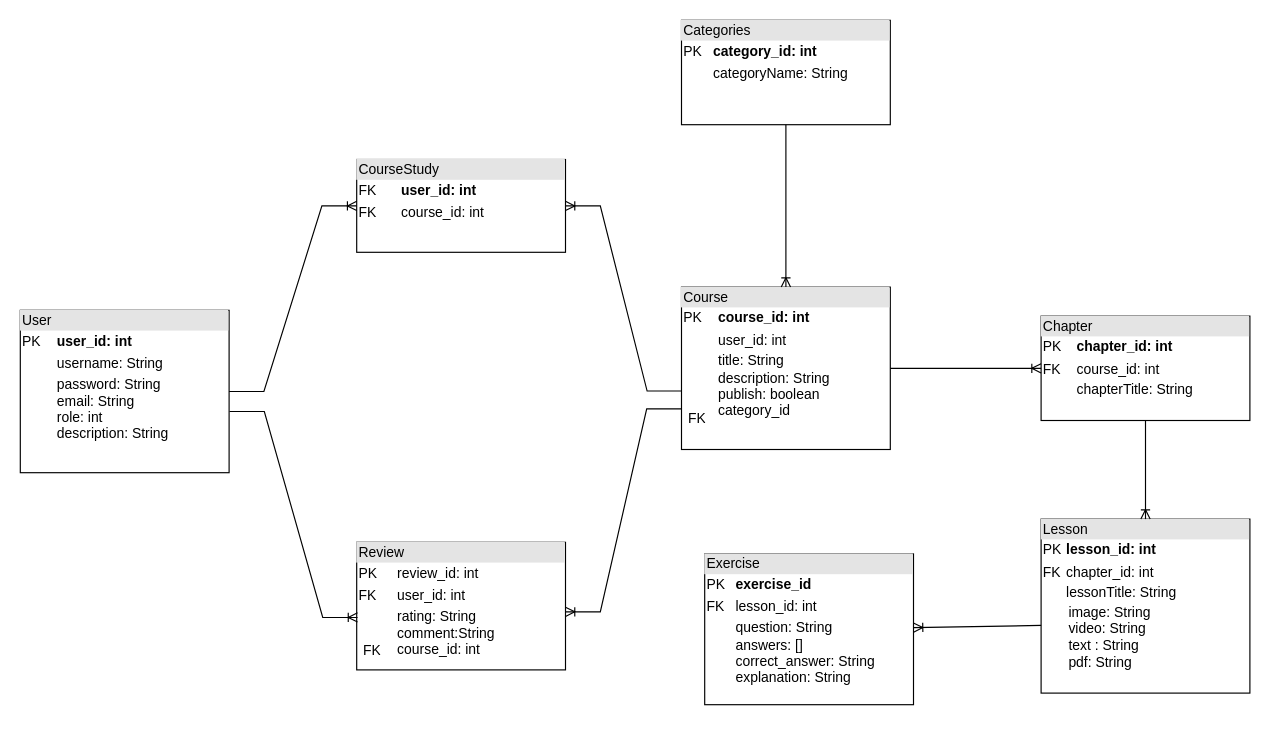
Above: DATN/database.drawio in Duong1311/WEB_HOC_TAP (draw.io), before the change. Source tidied: cells renumbered, new cells numbered last; positions are measured from the earlier drawing's top-left corner, leaving out a move shared by most shapes. Both pictures are drawn from the tidied source at 116%, with x=0, y=0 at pixel (20, 20).
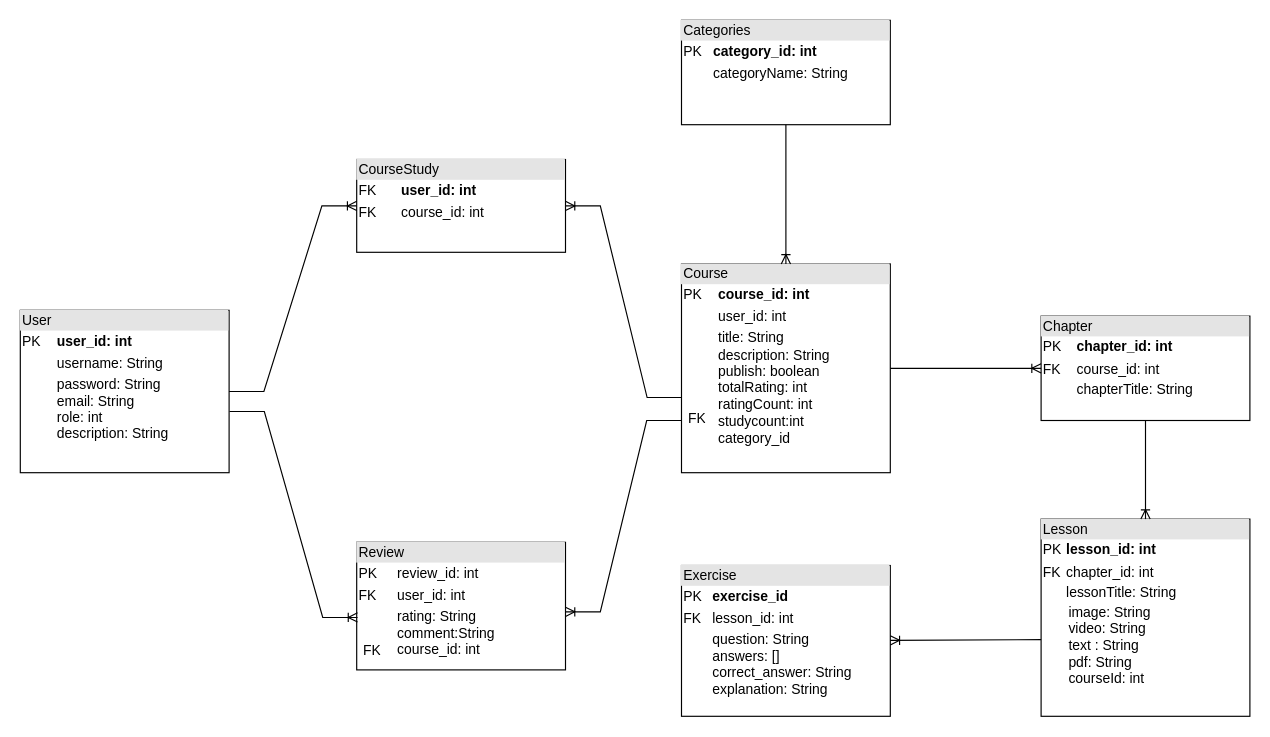
The same diagram, later.

Diff of the diagram source:
```diff
@@
 <mxGraphModel>
   <root>
     <mxCell id="0" />
     <mxCell id="1" parent="0" />
     <mxCell id="2" value="&lt;div style=&quot;box-sizing:border-box;width:100%;background:#e4e4e4;padding:2px;&quot;&gt;User&amp;nbsp;&lt;/div&gt;&lt;table style=&quot;width:100%;font-size:1em;&quot; cellpadding=&quot;2&quot; cellspacing=&quot;0&quot;&gt;&lt;tbody&gt;&lt;tr&gt;&lt;td&gt;PK&lt;/td&gt;&lt;td&gt;&lt;b&gt;user_id: int&lt;/b&gt;&lt;/td&gt;&lt;/tr&gt;&lt;tr&gt;&lt;td&gt;&lt;br&gt;&lt;/td&gt;&lt;td&gt;username: String&lt;br&gt;&lt;/td&gt;&lt;/tr&gt;&lt;tr&gt;&lt;td&gt;&lt;/td&gt;&lt;td&gt;&lt;span style=&quot;font-size: 12px;&quot;&gt;password: String&lt;br&gt;&lt;/span&gt;email: String&lt;br&gt;role: int&lt;br&gt;&lt;span style=&quot;font-size: 12px;&quot;&gt;description: String&lt;/span&gt;&lt;br&gt;&lt;/td&gt;&lt;/tr&gt;&lt;/tbody&gt;&lt;/table&gt;&lt;br&gt;&lt;div&gt;&lt;br&gt;&lt;/div&gt;" style="verticalAlign=top;align=left;overflow=fill;html=1;whiteSpace=wrap;" parent="1" vertex="1">
       <mxGeometry y="250" width="180" height="140" as="geometry" />
     </mxCell>
     <mxCell id="3" value="&lt;div style=&quot;box-sizing:border-box;width:100%;background:#e4e4e4;padding:2px;&quot;&gt;CourseStudy&lt;/div&gt;&lt;table style=&quot;width:100%;font-size:1em;&quot; cellpadding=&quot;2&quot; cellspacing=&quot;0&quot;&gt;&lt;tbody&gt;&lt;tr&gt;&lt;td&gt;FK&lt;/td&gt;&lt;td&gt;&lt;b&gt;user_id: int&lt;br&gt;&lt;/b&gt;&lt;/td&gt;&lt;/tr&gt;&lt;tr&gt;&lt;td&gt;FK&lt;/td&gt;&lt;td&gt;course_id: int&lt;/td&gt;&lt;/tr&gt;&lt;tr&gt;&lt;td&gt;&lt;/td&gt;&lt;td&gt;&lt;br&gt;&lt;/td&gt;&lt;/tr&gt;&lt;/tbody&gt;&lt;/table&gt;" style="verticalAlign=top;align=left;overflow=fill;html=1;whiteSpace=wrap;" parent="1" vertex="1">
       <mxGeometry x="290" y="120" width="180" height="80" as="geometry" />
     </mxCell>
-    <mxCell id="4" value="&lt;div style=&quot;box-sizing:border-box;width:100%;background:#e4e4e4;padding:2px;&quot;&gt;Course&lt;/div&gt;&lt;table style=&quot;width:100%;font-size:1em;&quot; cellpadding=&quot;2&quot; cellspacing=&quot;0&quot;&gt;&lt;tbody&gt;&lt;tr&gt;&lt;td&gt;PK&lt;/td&gt;&lt;td&gt;&lt;b&gt;course_id: int&lt;/b&gt;&lt;/td&gt;&lt;/tr&gt;&lt;tr&gt;&lt;td&gt;&lt;br&gt;&lt;/td&gt;&lt;td&gt;user_id: int&lt;br&gt;&lt;/td&gt;&lt;/tr&gt;&lt;tr&gt;&lt;td&gt;&lt;/td&gt;&lt;td&gt;title: String&lt;br&gt;description: String&lt;br&gt;publish: boolean&lt;br&gt;category_id&lt;/td&gt;&lt;/tr&gt;&lt;/tbody&gt;&lt;/table&gt;" style="verticalAlign=top;align=left;overflow=fill;html=1;whiteSpace=wrap;" parent="1" vertex="1">
-      <mxGeometry x="570" y="230" width="180" height="140" as="geometry" />
+    <mxCell id="4" value="&lt;div style=&quot;box-sizing:border-box;width:100%;background:#e4e4e4;padding:2px;&quot;&gt;Course&lt;/div&gt;&lt;table style=&quot;width:100%;font-size:1em;&quot; cellpadding=&quot;2&quot; cellspacing=&quot;0&quot;&gt;&lt;tbody&gt;&lt;tr&gt;&lt;td&gt;PK&lt;/td&gt;&lt;td&gt;&lt;b&gt;course_id: int&lt;/b&gt;&lt;/td&gt;&lt;/tr&gt;&lt;tr&gt;&lt;td&gt;&lt;br&gt;&lt;/td&gt;&lt;td&gt;user_id: int&lt;br&gt;&lt;/td&gt;&lt;/tr&gt;&lt;tr&gt;&lt;td&gt;&lt;/td&gt;&lt;td&gt;title: String&lt;br&gt;description: String&lt;br&gt;publish: boolean&lt;br&gt;totalRating: int&lt;br&gt;ratingCount: int&lt;br&gt;studycount:int&lt;br&gt;category_id&lt;/td&gt;&lt;/tr&gt;&lt;/tbody&gt;&lt;/table&gt;" style="verticalAlign=top;align=left;overflow=fill;html=1;whiteSpace=wrap;" parent="1" vertex="1">
+      <mxGeometry x="570" y="210" width="180" height="180" as="geometry" />
     </mxCell>
     <mxCell id="5" value="&lt;div style=&quot;box-sizing:border-box;width:100%;background:#e4e4e4;padding:2px;&quot;&gt;Review&lt;/div&gt;&lt;table style=&quot;width:100%;font-size:1em;&quot; cellpadding=&quot;2&quot; cellspacing=&quot;0&quot;&gt;&lt;tbody&gt;&lt;tr&gt;&lt;td&gt;PK&lt;/td&gt;&lt;td&gt;review_id: int&lt;br&gt;&lt;/td&gt;&lt;/tr&gt;&lt;tr&gt;&lt;td&gt;FK&lt;br&gt;&lt;/td&gt;&lt;td&gt;user_id: int&lt;/td&gt;&lt;/tr&gt;&lt;tr&gt;&lt;td&gt;&lt;br&gt;&lt;/td&gt;&lt;td&gt;rating: String&lt;br&gt;comment:String&lt;br&gt;course_id: int&lt;/td&gt;&lt;/tr&gt;&lt;/tbody&gt;&lt;/table&gt;" style="verticalAlign=top;align=left;overflow=fill;html=1;whiteSpace=wrap;" parent="1" vertex="1">
       <mxGeometry x="290" y="450" width="180" height="110" as="geometry" />
     </mxCell>
     <mxCell id="6" value="&lt;div style=&quot;box-sizing:border-box;width:100%;background:#e4e4e4;padding:2px;&quot;&gt;&lt;span style=&quot;font-size: 12px;&quot;&gt;Categories&lt;/span&gt;&lt;br&gt;&lt;/div&gt;&lt;table style=&quot;width:100%;font-size:1em;&quot; cellpadding=&quot;2&quot; cellspacing=&quot;0&quot;&gt;&lt;tbody&gt;&lt;tr&gt;&lt;td&gt;PK&lt;/td&gt;&lt;td&gt;&lt;b&gt;category_id: int&lt;/b&gt;&lt;/td&gt;&lt;/tr&gt;&lt;tr&gt;&lt;td&gt;&lt;br&gt;&lt;/td&gt;&lt;td&gt;categoryName: String&lt;/td&gt;&lt;/tr&gt;&lt;tr&gt;&lt;td&gt;&lt;/td&gt;&lt;td&gt;&lt;br&gt;&lt;/td&gt;&lt;/tr&gt;&lt;/tbody&gt;&lt;/table&gt;" style="verticalAlign=top;align=left;overflow=fill;html=1;whiteSpace=wrap;" parent="1" vertex="1">
       <mxGeometry x="570" width="180" height="90" as="geometry" />
     </mxCell>
     <mxCell id="7" value="&lt;div style=&quot;box-sizing:border-box;width:100%;background:#e4e4e4;padding:2px;&quot;&gt;Chapter&lt;/div&gt;&lt;table style=&quot;width:100%;font-size:1em;&quot; cellpadding=&quot;2&quot; cellspacing=&quot;0&quot;&gt;&lt;tbody&gt;&lt;tr&gt;&lt;td&gt;PK&lt;/td&gt;&lt;td&gt;&lt;span style=&quot;font-size: 12px;&quot;&gt;&lt;b&gt;chapter_id: int&lt;/b&gt;&lt;/span&gt;&lt;/td&gt;&lt;/tr&gt;&lt;tr&gt;&lt;td&gt;FK&lt;/td&gt;&lt;td&gt;course_id: int&lt;/td&gt;&lt;/tr&gt;&lt;tr&gt;&lt;td&gt;&lt;/td&gt;&lt;td&gt;chapterTitle: String&lt;br&gt;&lt;br&gt;&lt;/td&gt;&lt;/tr&gt;&lt;/tbody&gt;&lt;/table&gt;" style="verticalAlign=top;align=left;overflow=fill;html=1;whiteSpace=wrap;" parent="1" vertex="1">
       <mxGeometry x="880" y="255" width="180" height="90" as="geometry" />
     </mxCell>
-    <mxCell id="8" value="&lt;div style=&quot;box-sizing:border-box;width:100%;background:#e4e4e4;padding:2px;&quot;&gt;Lesson&lt;/div&gt;&lt;table style=&quot;width:100%;font-size:1em;&quot; cellpadding=&quot;2&quot; cellspacing=&quot;0&quot;&gt;&lt;tbody&gt;&lt;tr&gt;&lt;td&gt;PK&lt;/td&gt;&lt;td&gt;&lt;b&gt;lesson_id: int&lt;/b&gt;&lt;/td&gt;&lt;/tr&gt;&lt;tr&gt;&lt;td&gt;FK&lt;/td&gt;&lt;td&gt;chapter_id: int&lt;/td&gt;&lt;/tr&gt;&lt;tr&gt;&lt;td&gt;&lt;/td&gt;&lt;td&gt;lessonTitle: String&lt;br&gt;&lt;table style=&quot;font-size: 1em; width: 180px;&quot; cellpadding=&quot;2&quot; cellspacing=&quot;0&quot;&gt;&lt;tbody&gt;&lt;tr&gt;&lt;td&gt;image: String&lt;br&gt;video: String&lt;br&gt;text : String&lt;br&gt;pdf: String&lt;/td&gt;&lt;/tr&gt;&lt;/tbody&gt;&lt;/table&gt;&lt;/td&gt;&lt;/tr&gt;&lt;/tbody&gt;&lt;/table&gt;" style="verticalAlign=top;align=left;overflow=fill;html=1;whiteSpace=wrap;" parent="1" vertex="1">
-      <mxGeometry x="880" y="430" width="180" height="150" as="geometry" />
+    <mxCell id="8" value="&lt;div style=&quot;box-sizing:border-box;width:100%;background:#e4e4e4;padding:2px;&quot;&gt;Lesson&lt;/div&gt;&lt;table style=&quot;width:100%;font-size:1em;&quot; cellpadding=&quot;2&quot; cellspacing=&quot;0&quot;&gt;&lt;tbody&gt;&lt;tr&gt;&lt;td&gt;PK&lt;/td&gt;&lt;td&gt;&lt;b&gt;lesson_id: int&lt;/b&gt;&lt;/td&gt;&lt;/tr&gt;&lt;tr&gt;&lt;td&gt;FK&lt;/td&gt;&lt;td&gt;chapter_id: int&lt;br&gt;&lt;/td&gt;&lt;/tr&gt;&lt;tr&gt;&lt;td&gt;&lt;/td&gt;&lt;td&gt;lessonTitle: String&lt;br&gt;&lt;table style=&quot;font-size: 1em; width: 180px;&quot; cellpadding=&quot;2&quot; cellspacing=&quot;0&quot;&gt;&lt;tbody&gt;&lt;tr&gt;&lt;td&gt;image: String&lt;br&gt;video: String&lt;br&gt;text : String&lt;br&gt;pdf: String&lt;br&gt;courseId: int&lt;/td&gt;&lt;/tr&gt;&lt;/tbody&gt;&lt;/table&gt;&lt;/td&gt;&lt;/tr&gt;&lt;/tbody&gt;&lt;/table&gt;" style="verticalAlign=top;align=left;overflow=fill;html=1;whiteSpace=wrap;" parent="1" vertex="1">
+      <mxGeometry x="880" y="430" width="180" height="170" as="geometry" />
     </mxCell>
     <mxCell id="9" value="&lt;div style=&quot;box-sizing:border-box;width:100%;background:#e4e4e4;padding:2px;&quot;&gt;Exercise&lt;/div&gt;&lt;table style=&quot;width:100%;font-size:1em;&quot; cellpadding=&quot;2&quot; cellspacing=&quot;0&quot;&gt;&lt;tbody&gt;&lt;tr&gt;&lt;td&gt;PK&lt;/td&gt;&lt;td&gt;&lt;b&gt;exercise_id&lt;/b&gt;&lt;/td&gt;&lt;/tr&gt;&lt;tr&gt;&lt;td&gt;FK&lt;/td&gt;&lt;td&gt;lesson_id: int&lt;/td&gt;&lt;/tr&gt;&lt;tr&gt;&lt;td&gt;&lt;/td&gt;&lt;td&gt;question: String&lt;br&gt;answers: []&lt;br&gt;&lt;span style=&quot;font-size: 12px;&quot;&gt;correct_answer: String&lt;br&gt;explanation: String&lt;/span&gt;&lt;br&gt;&lt;/td&gt;&lt;/tr&gt;&lt;/tbody&gt;&lt;/table&gt;" style="verticalAlign=top;align=left;overflow=fill;html=1;whiteSpace=wrap;" parent="1" vertex="1">
-      <mxGeometry x="590" y="460" width="180" height="130" as="geometry" />
+      <mxGeometry x="570" y="470" width="180" height="130" as="geometry" />
     </mxCell>
     <mxCell id="10" style="edgeStyle=entityRelationEdgeStyle;fontSize=12;html=1;endArrow=ERoneToMany;rounded=0;entryX=0;entryY=0.5;entryDx=0;entryDy=0;" parent="1" edge="1" source="2" target="3">
       <mxGeometry relative="1" as="geometry" />
     </mxCell>
     <mxCell id="11" style="edgeStyle=entityRelationEdgeStyle;fontSize=12;html=1;endArrow=ERoneToMany;rounded=0;exitX=0.002;exitY=0.64;exitDx=0;exitDy=0;exitPerimeter=0;" parent="1" edge="1" source="4" target="3">
       <mxGeometry relative="1" as="geometry" />
     </mxCell>
     <mxCell id="12" style="edgeStyle=entityRelationEdgeStyle;fontSize=12;html=1;endArrow=ERoneToMany;rounded=0;exitX=1.002;exitY=0.623;exitDx=0;exitDy=0;exitPerimeter=0;entryX=0.004;entryY=0.589;entryDx=0;entryDy=0;entryPerimeter=0;" parent="1" edge="1" source="2" target="5">
       <mxGeometry relative="1" as="geometry" />
     </mxCell>
     <mxCell id="13" style="edgeStyle=entityRelationEdgeStyle;fontSize=12;html=1;endArrow=ERoneToMany;rounded=0;entryX=1;entryY=0.545;entryDx=0;entryDy=0;entryPerimeter=0;exitX=0;exitY=0.75;exitDx=0;exitDy=0;" parent="1" edge="1" source="4" target="5">
       <mxGeometry relative="1" as="geometry" />
     </mxCell>
     <mxCell id="14" style="fontSize=12;html=1;endArrow=ERoneToMany;rounded=0;exitX=0;exitY=0.611;exitDx=0;exitDy=0;exitPerimeter=0;" parent="1" edge="1" source="8" target="9">
       <mxGeometry relative="1" as="geometry" />
     </mxCell>
     <mxCell id="15" style="fontSize=12;html=1;endArrow=ERoneToMany;rounded=0;exitX=0.5;exitY=1;exitDx=0;exitDy=0;entryX=0.5;entryY=0;entryDx=0;entryDy=0;" parent="1" edge="1" source="7" target="8">
       <mxGeometry relative="1" as="geometry" />
     </mxCell>
     <mxCell id="16" style="fontSize=12;html=1;endArrow=ERoneToMany;rounded=0;exitX=1;exitY=0.5;exitDx=0;exitDy=0;entryX=0;entryY=0.5;entryDx=0;entryDy=0;" parent="1" edge="1" source="4" target="7">
       <mxGeometry relative="1" as="geometry" />
     </mxCell>
     <mxCell id="17" style="fontSize=12;html=1;endArrow=ERoneToMany;rounded=0;exitX=0.5;exitY=1;exitDx=0;exitDy=0;entryX=0.5;entryY=0;entryDx=0;entryDy=0;" parent="1" edge="1" source="6" target="4">
       <mxGeometry relative="1" as="geometry" />
     </mxCell>
     <mxCell id="18" value="FK" style="text;strokeColor=none;fillColor=none;spacingLeft=4;spacingRight=4;overflow=hidden;fontSize=12;whiteSpace=wrap;html=1;" parent="1" vertex="1">
       <mxGeometry x="290" y="530" width="40" height="30" as="geometry" />
     </mxCell>
     <mxCell id="19" value="FK" style="text;strokeColor=none;fillColor=none;spacingLeft=4;spacingRight=4;overflow=hidden;fontSize=12;whiteSpace=wrap;html=1;" parent="1" vertex="1">
       <mxGeometry x="570" y="330" width="40" height="30" as="geometry" />
     </mxCell>
   </root>
 </mxGraphModel>
```
